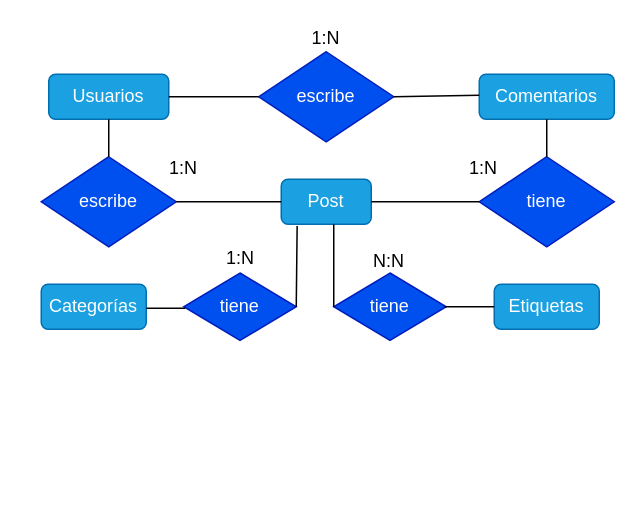
Before: Diagrama sin título.drawio in karenbuenoh18/diagramas, a draw.io diagram. Source tidied: cells renumbered, new cells numbered last; positions are measured from the earlier drawing's top-left corner, leaving out a move shared by most shapes. Both pictures are drawn from the tidied source at 150%, with x=0, y=0 at pixel (40, 26).
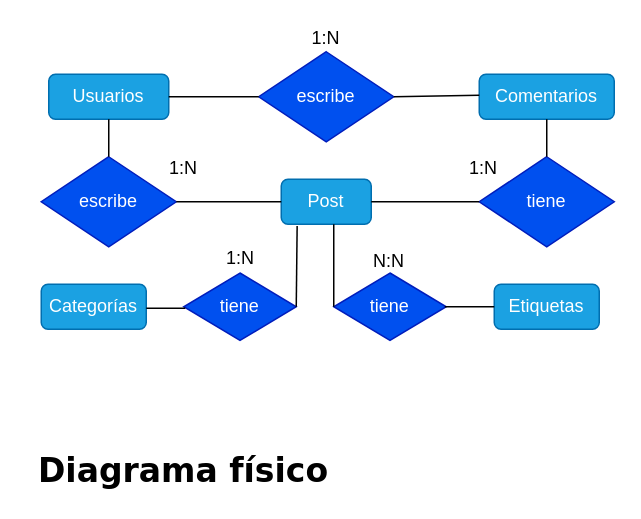
After the change.

Change to the diagram source:
```diff
@@
+    <mxCell id="27" value="Diagrama físico" style="text;html=1;strokeColor=none;fillColor=none;align=center;verticalAlign=middle;whiteSpace=wrap;rounded=0;fontFamily=Verdana;fontStyle=1;fontSize=22;labelBackgroundColor=none;labelBorderColor=none;horizontal=1;spacing=-1;" parent="1" vertex="1">
+      <mxGeometry x="-10" y="282" width="210" height="30" as="geometry" />
+    </mxCell>
```
